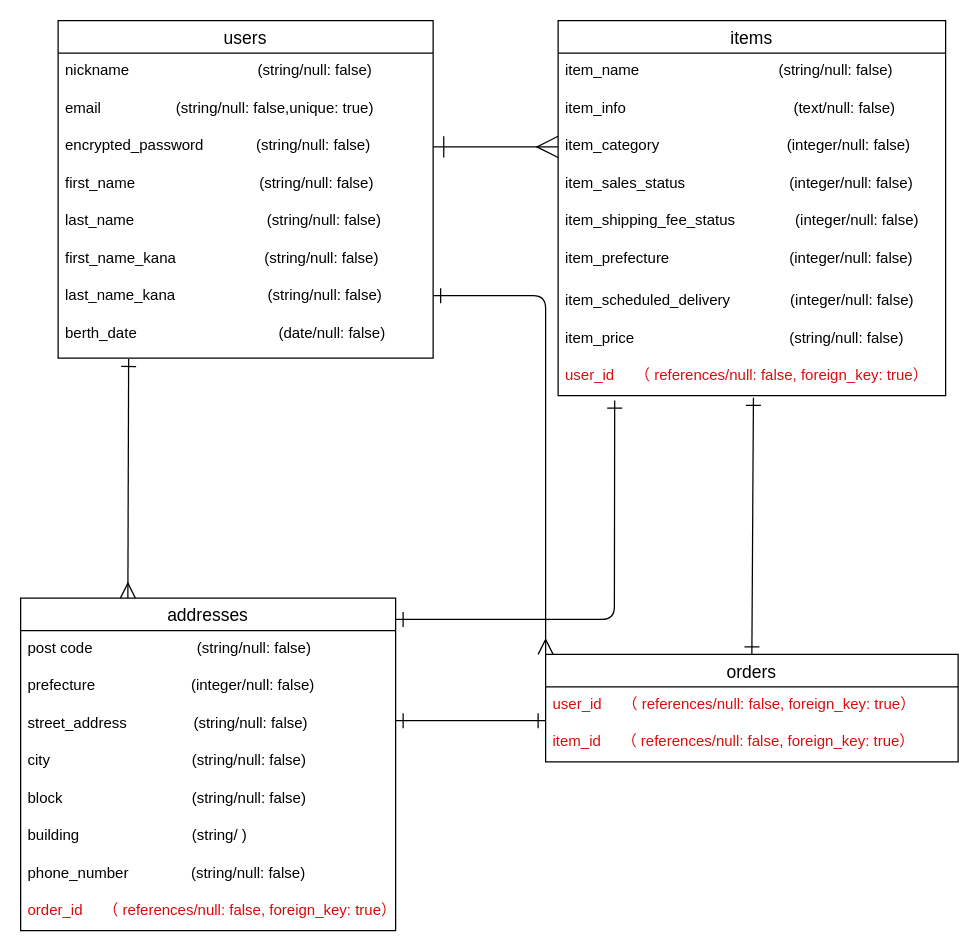
Earlier version of the draw.io diagram config/furima.dio (bennzou/furima-40235). Source tidied: cells renumbered, new cells numbered last; positions are measured from the earlier drawing's top-left corner, leaving out a move shared by most shapes. Both pictures are drawn from the tidied source at 125%, with x=0, y=0 at pixel (20, 20).
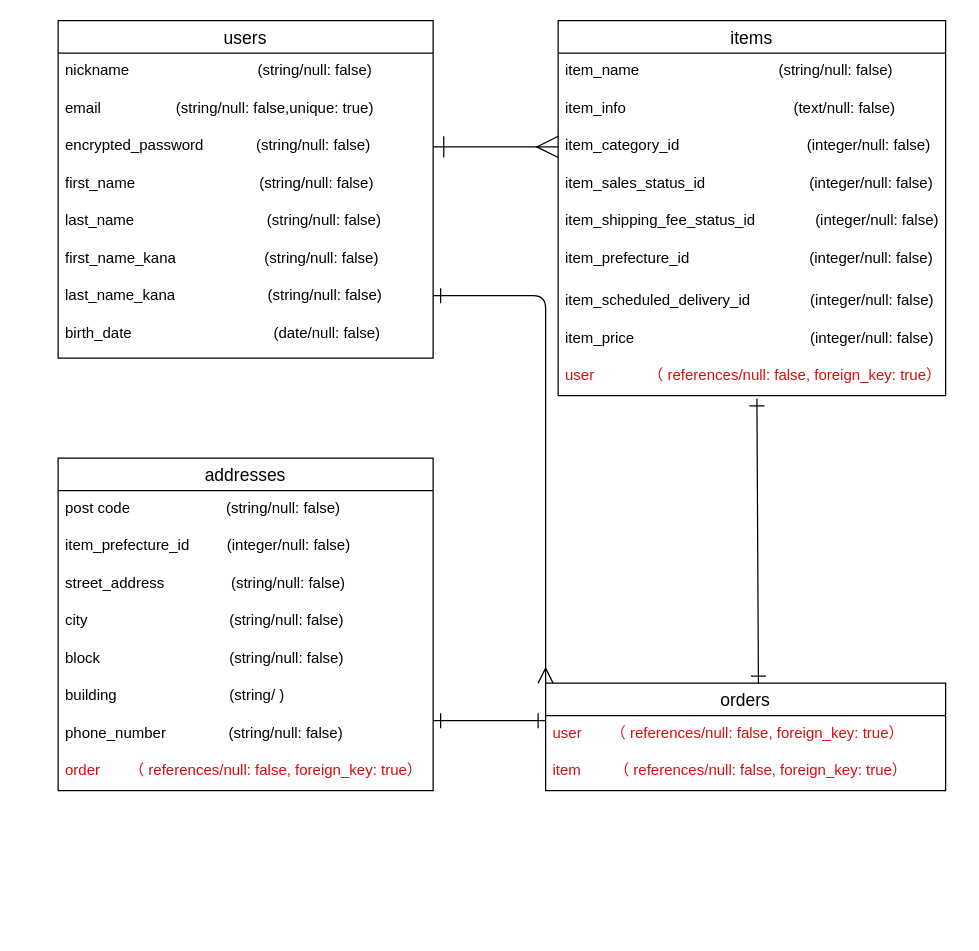
The same page after the edit.

Commit message (it also covers changes not shown here):
データベース修正４

Unchanged cells that the change refers to:
```xml
<mxCell id="2" value="users" style="swimlane;fontStyle=0;horizontal=1;startSize=26;align=center;fontSize=14;" parent="1" vertex="1">
  <mxGeometry x="30" width="300" height="270" as="geometry" />
</mxCell>
<mxCell id="11" value="items" style="swimlane;fontStyle=0;horizontal=1;startSize=26;align=center;fontSize=14;" parent="1" vertex="1">
  <mxGeometry x="430" width="310" height="300" as="geometry" />
</mxCell>
```

What changed in the source:
```diff
@@
-    <mxCell id="10" value="berth_date　　　　　                (date/null: false)" style="text;strokeColor=none;fillColor=none;spacingLeft=4;spacingRight=4;overflow=hidden;points=[[0,0.5],[1,0.5]];portConstraint=eastwest;fontSize=12;" parent="2" vertex="1">
+    <mxCell id="10" value="birth_date　　　　　                (date/null: false)" style="text;strokeColor=none;fillColor=none;spacingLeft=4;spacingRight=4;overflow=hidden;points=[[0,0.5],[1,0.5]];portConstraint=eastwest;fontSize=12;" parent="2" vertex="1">
       <mxGeometry y="236" width="300" height="34" as="geometry" />
     </mxCell>
@@
-    <mxCell id="14" value="item_category 　　　　　        　(integer/null: false)&#10;　　　　　" style="text;strokeColor=none;fillColor=none;spacingLeft=4;spacingRight=4;overflow=hidden;points=[[0,0.5],[1,0.5]];portConstraint=eastwest;fontSize=12;" parent="11" vertex="1">
+    <mxCell id="14" value="item_category_id 　　　　　        　(integer/null: false)&#10;　　　　　" style="text;strokeColor=none;fillColor=none;spacingLeft=4;spacingRight=4;overflow=hidden;points=[[0,0.5],[1,0.5]];portConstraint=eastwest;fontSize=12;" parent="11" vertex="1">
       <mxGeometry y="86" width="310" height="30" as="geometry" />
     </mxCell>
-    <mxCell id="15" value="item_sales_status　　　　       　(integer/null: false)" style="text;strokeColor=none;fillColor=none;spacingLeft=4;spacingRight=4;overflow=hidden;fontSize=12;" parent="11" vertex="1">
+    <mxCell id="15" value="item_sales_status_id　　　　       　(integer/null: false)" style="text;strokeColor=none;fillColor=none;spacingLeft=4;spacingRight=4;overflow=hidden;fontSize=12;" parent="11" vertex="1">
       <mxGeometry y="116" width="310" height="30" as="geometry" />
     </mxCell>
-    <mxCell id="16" value="item_shipping_fee_status　　　　(integer/null: false)" style="text;strokeColor=none;fillColor=none;spacingLeft=4;spacingRight=4;overflow=hidden;fontSize=12;" parent="11" vertex="1">
+    <mxCell id="16" value="item_shipping_fee_status_id　　　　(integer/null: false)" style="text;strokeColor=none;fillColor=none;spacingLeft=4;spacingRight=4;overflow=hidden;fontSize=12;" parent="11" vertex="1">
       <mxGeometry y="146" width="310" height="30" as="geometry" />
     </mxCell>
-    <mxCell id="17" value="item_prefecture　　　　　　　　(integer/null: false)" style="text;strokeColor=none;fillColor=none;spacingLeft=4;spacingRight=4;overflow=hidden;fontSize=12;" parent="11" vertex="1">
+    <mxCell id="17" value="item_prefecture_id　　　　　　　　(integer/null: false)" style="text;strokeColor=none;fillColor=none;spacingLeft=4;spacingRight=4;overflow=hidden;fontSize=12;" parent="11" vertex="1">
       <mxGeometry y="176" width="310" height="34" as="geometry" />
     </mxCell>
-    <mxCell id="18" value="item_scheduled_delivery　　　　(integer/null: false)" style="text;strokeColor=none;fillColor=none;spacingLeft=4;spacingRight=4;overflow=hidden;fontSize=12;" parent="11" vertex="1">
+    <mxCell id="18" value="item_scheduled_delivery_id　　　　(integer/null: false)" style="text;strokeColor=none;fillColor=none;spacingLeft=4;spacingRight=4;overflow=hidden;fontSize=12;" parent="11" vertex="1">
       <mxGeometry y="210" width="310" height="30" as="geometry" />
     </mxCell>
-    <mxCell id="19" value="item_price　　　　　　　            (string/null: false)" style="text;strokeColor=none;fillColor=none;spacingLeft=4;spacingRight=4;overflow=hidden;fontSize=12;" parent="11" vertex="1">
+    <mxCell id="19" value="item_price　　　　　　　                 (integer/null: false)" style="text;strokeColor=none;fillColor=none;spacingLeft=4;spacingRight=4;overflow=hidden;fontSize=12;" parent="11" vertex="1">
       <mxGeometry y="240" width="310" height="30" as="geometry" />
     </mxCell>
-    <mxCell id="20" value="user_id     （ references/null: false, foreign_key: true）" style="text;spacingLeft=4;spacingRight=4;overflow=hidden;points=[[0,0.5],[1,0.5]];portConstraint=eastwest;fontSize=12;fontColor=#d90d0d;" parent="11" vertex="1">
+    <mxCell id="20" value="user             （ references/null: false, foreign_key: true）" style="text;spacingLeft=4;spacingRight=4;overflow=hidden;points=[[0,0.5],[1,0.5]];portConstraint=eastwest;fontSize=12;fontColor=#d90d0d;" parent="11" vertex="1">
       <mxGeometry y="270" width="310" height="30" as="geometry" />
     </mxCell>
     <mxCell id="21" value="orders" style="swimlane;fontStyle=0;horizontal=1;startSize=26;align=center;fontSize=14;" parent="1" vertex="1">
-      <mxGeometry x="420" y="507" width="330" height="86" as="geometry" />
+      <mxGeometry x="420" y="530" width="320" height="86" as="geometry" />
     </mxCell>
-    <mxCell id="22" value="user_id     （ references/null: false, foreign_key: true）" style="text;spacingLeft=4;spacingRight=4;overflow=hidden;fontSize=12;fontColor=#d90d0d;" parent="21" vertex="1">
-      <mxGeometry y="26" width="330" height="30" as="geometry" />
+    <mxCell id="22" value="user       （ references/null: false, foreign_key: true）" style="text;spacingLeft=4;spacingRight=4;overflow=hidden;fontSize=12;fontColor=#d90d0d;" parent="21" vertex="1">
+      <mxGeometry y="26" width="320" height="30" as="geometry" />
     </mxCell>
-    <mxCell id="23" value="item_id     （ references/null: false, foreign_key: true）" style="text;spacingLeft=4;spacingRight=4;overflow=hidden;fontSize=12;fontColor=#d90d0d;" parent="21" vertex="1">
-      <mxGeometry y="56" width="330" height="30" as="geometry" />
+    <mxCell id="23" value="item        （ references/null: false, foreign_key: true）" style="text;spacingLeft=4;spacingRight=4;overflow=hidden;fontSize=12;fontColor=#d90d0d;" parent="21" vertex="1">
+      <mxGeometry y="56" width="320" height="30" as="geometry" />
     </mxCell>
     <mxCell id="24" style="edgeStyle=none;html=1;startArrow=ERone;startFill=0;endArrow=ERone;endFill=0;startSize=10;endSize=10;" parent="1" edge="1">
       <mxGeometry relative="1" as="geometry">
-        <mxPoint x="300" y="560" as="sourcePoint" />
+        <mxPoint x="330" y="560" as="sourcePoint" />
         <mxPoint x="420" y="560" as="targetPoint" />
-        <Array as="points">
-          <mxPoint x="350" y="560" />
-        </Array>
       </mxGeometry>
     </mxCell>
     <mxCell id="25" value="addresses" style="swimlane;fontStyle=0;horizontal=1;startSize=26;align=center;fontSize=14;" parent="1" vertex="1">
-      <mxGeometry y="462" width="300" height="266" as="geometry" />
+      <mxGeometry x="30" y="350" width="300" height="266" as="geometry" />
     </mxCell>
-    <mxCell id="26" value="post code　　　　　       (string/null: false)" style="text;strokeColor=none;fillColor=none;spacingLeft=4;spacingRight=4;overflow=hidden;fontSize=12;" parent="25" vertex="1">
+    <mxCell id="26" value="post code　　　　　     (string/null: false)" style="text;strokeColor=none;fillColor=none;spacingLeft=4;spacingRight=4;overflow=hidden;fontSize=12;" parent="25" vertex="1">
       <mxGeometry y="26" width="300" height="30" as="geometry" />
     </mxCell>
-    <mxCell id="27" value="prefecture                       (integer/null: false)" style="text;strokeColor=none;fillColor=none;spacingLeft=4;spacingRight=4;overflow=hidden;fontSize=12;" parent="25" vertex="1">
+    <mxCell id="27" value="item_prefecture_id         (integer/null: false)" style="text;strokeColor=none;fillColor=none;spacingLeft=4;spacingRight=4;overflow=hidden;fontSize=12;" parent="25" vertex="1">
       <mxGeometry y="56" width="300" height="30" as="geometry" />
     </mxCell>
@@
-    <mxCell id="33" value="order_id     （ references/null: false, foreign_key: true）" style="text;strokeColor=none;fillColor=none;spacingLeft=4;spacingRight=4;overflow=hidden;fontSize=12;fontColor=#dd0808;" parent="25" vertex="1">
+    <mxCell id="33" value="order       （ references/null: false, foreign_key: true）" style="text;strokeColor=none;fillColor=none;spacingLeft=4;spacingRight=4;overflow=hidden;fontSize=12;fontColor=#dd0808;" parent="25" vertex="1">
       <mxGeometry y="236" width="300" height="30" as="geometry" />
     </mxCell>
@@
-    <mxCell id="35" style="edgeStyle=none;shape=connector;rounded=1;html=1;entryX=0.286;entryY=0;entryDx=0;entryDy=0;labelBackgroundColor=default;strokeColor=default;fontFamily=Helvetica;fontSize=12;fontColor=default;endArrow=ERmany;endFill=0;endSize=10;entryPerimeter=0;startArrow=ERone;startFill=0;startSize=10;exitX=0.188;exitY=1.02;exitDx=0;exitDy=0;exitPerimeter=0;" parent="1" edge="1" source="10" target="25">
-      <mxGeometry relative="1" as="geometry" />
-    </mxCell>
-    <mxCell id="36" style="edgeStyle=none;shape=connector;rounded=1;html=1;labelBackgroundColor=default;strokeColor=default;fontFamily=Helvetica;fontSize=12;fontColor=default;startArrow=ERone;startFill=0;endArrow=ERone;endFill=0;endSize=10;startSize=10;exitX=0.504;exitY=1.059;exitDx=0;exitDy=0;exitPerimeter=0;entryX=0.5;entryY=0;entryDx=0;entryDy=0;" parent="1" edge="1" source="20" target="21">
+    <mxCell id="36" style="edgeStyle=none;shape=connector;rounded=1;html=1;labelBackgroundColor=default;strokeColor=default;fontFamily=Helvetica;fontSize=12;fontColor=default;startArrow=ERone;startFill=0;endArrow=ERone;endFill=0;endSize=10;startSize=10;exitX=0.513;exitY=1.074;exitDx=0;exitDy=0;exitPerimeter=0;entryX=0.532;entryY=0.004;entryDx=0;entryDy=0;entryPerimeter=0;" parent="1" edge="1" source="20" target="21">
       <mxGeometry relative="1" as="geometry" />
     </mxCell>
-    <mxCell id="37" style="edgeStyle=none;shape=connector;rounded=1;html=1;labelBackgroundColor=default;strokeColor=default;fontFamily=Helvetica;fontSize=12;fontColor=default;endArrow=ERone;endFill=0;endSize=10;startArrow=ERone;startFill=0;startSize=10;entryX=0.146;entryY=1.133;entryDx=0;entryDy=0;entryPerimeter=0;" parent="1" edge="1" target="20">
-      <mxGeometry relative="1" as="geometry">
-        <mxPoint x="300" y="479" as="sourcePoint" />
-        <Array as="points">
-          <mxPoint x="475" y="479" />
-        </Array>
-      </mxGeometry>
-    </mxCell>
```
